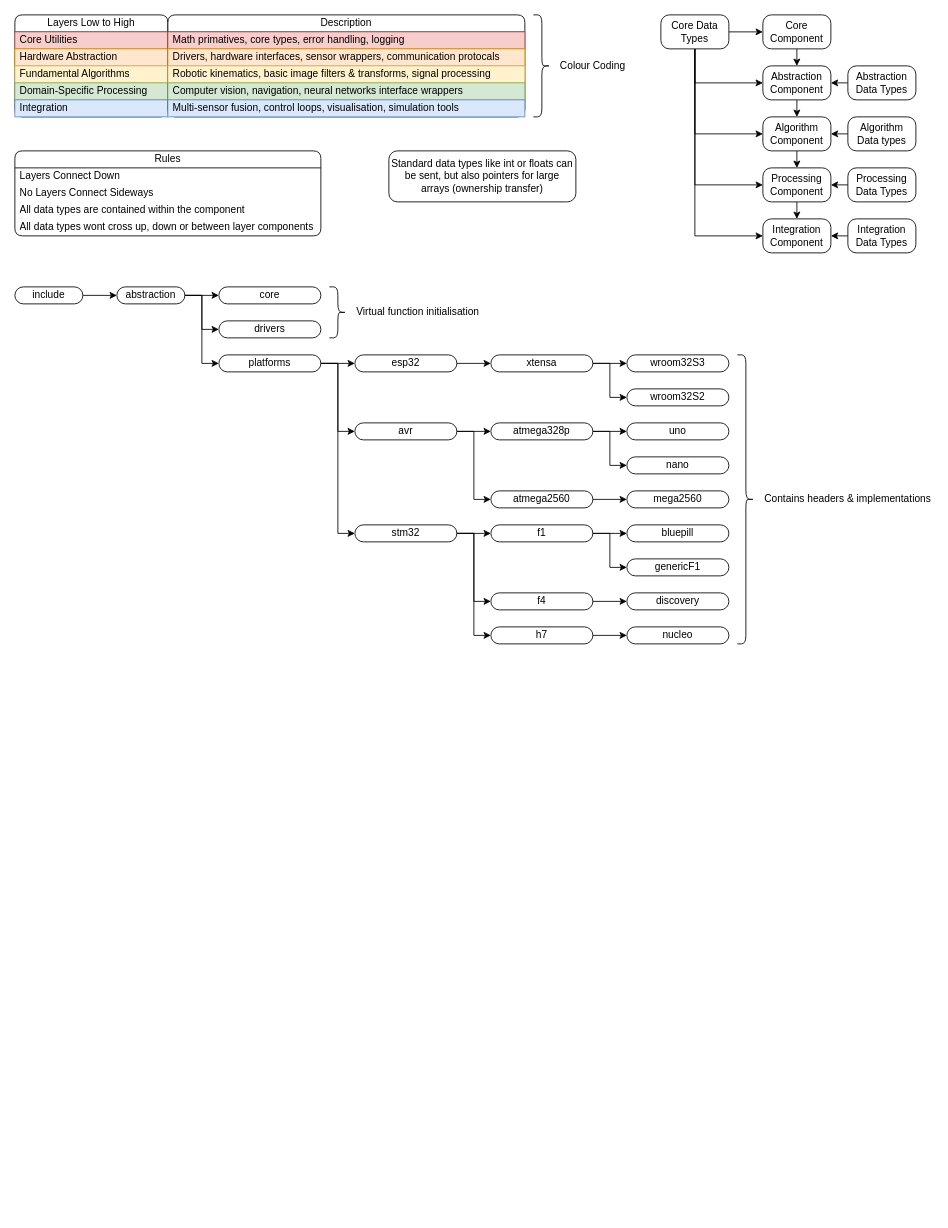
The draw.io diagram page "Abstraction" (4 of 5) of Documentation/Brainstorming.drawio in XCR1793/ARCOS, before the edit. Source tidied: cells renumbered, new cells numbered last; positions are measured from the earlier drawing's top-left corner, leaving out a move shared by most shapes. Both pictures are drawn from the tidied source at 85%, with x=0, y=0 at pixel (14, 14).
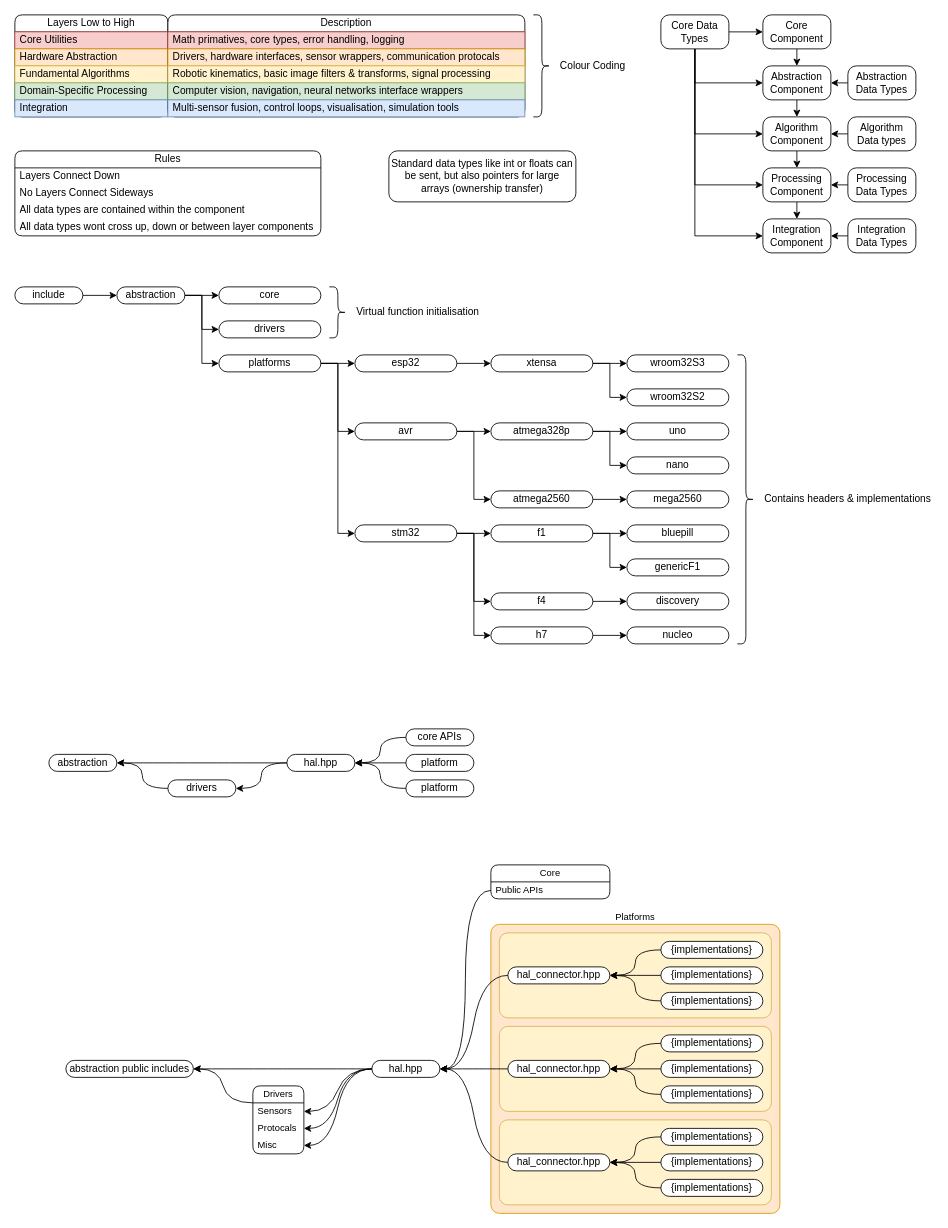
Above is the later version.

Commit message:
Added Current abstraction structure

Diff of the diagram source:
```diff
@@
+    <mxCell id="94" value="abstraction public includes" style="rounded=1;whiteSpace=wrap;html=1;absoluteArcSize=1;points=[[0,0.5,0,0,0],[1,0.5,0,0,0]];" parent="1" vertex="1">
+      <mxGeometry x="60" y="1230" width="150" height="20" as="geometry" />
+    </mxCell>
+    <mxCell id="95" value="platform" style="rounded=1;whiteSpace=wrap;html=1;absoluteArcSize=1;points=[[0,0.5,0,0,0],[1,0.5,0,0,0]];" parent="1" vertex="1">
+      <mxGeometry x="460" y="870" width="80" height="20" as="geometry" />
+    </mxCell>
+    <mxCell id="96" value="platform" style="rounded=1;whiteSpace=wrap;html=1;absoluteArcSize=1;points=[[0,0.5,0,0,0],[1,0.5,0,0,0]];" parent="1" vertex="1">
+      <mxGeometry x="460" y="900" width="80" height="20" as="geometry" />
+    </mxCell>
+    <mxCell id="97" value="hal.hpp" style="rounded=1;whiteSpace=wrap;html=1;absoluteArcSize=1;points=[[0,0.5,0,0,0],[1,0.5,0,0,0]];" parent="1" vertex="1">
+      <mxGeometry x="320" y="870" width="80" height="20" as="geometry" />
+    </mxCell>
+    <mxCell id="98" value="drivers" style="rounded=1;whiteSpace=wrap;html=1;absoluteArcSize=1;points=[[0,0.5,0,0,0],[1,0.5,0,0,0]];" parent="1" vertex="1">
+      <mxGeometry x="180" y="900" width="80" height="20" as="geometry" />
+    </mxCell>
+    <mxCell id="99" value="abstraction" style="rounded=1;whiteSpace=wrap;html=1;absoluteArcSize=1;points=[[0,0.5,0,0,0],[1,0.5,0,0,0]];" parent="1" vertex="1">
+      <mxGeometry x="40" y="870" width="80" height="20" as="geometry" />
+    </mxCell>
+    <mxCell id="100" style="edgeStyle=entityRelationEdgeStyle;shape=connector;curved=1;rounded=0;jettySize=auto;html=1;exitX=0;exitY=0.5;exitDx=0;exitDy=0;exitPerimeter=0;entryX=1;entryY=0.5;entryDx=0;entryDy=0;entryPerimeter=0;strokeColor=default;align=center;verticalAlign=middle;fontFamily=Helvetica;fontSize=11;fontColor=default;labelBackgroundColor=default;endArrow=classic;" parent="1" edge="1" source="97" target="99">
+      <mxGeometry relative="1" as="geometry" />
+    </mxCell>
+    <mxCell id="101" style="edgeStyle=entityRelationEdgeStyle;shape=connector;curved=1;rounded=0;jettySize=auto;html=1;exitX=0;exitY=0.5;exitDx=0;exitDy=0;exitPerimeter=0;entryX=1;entryY=0.5;entryDx=0;entryDy=0;entryPerimeter=0;strokeColor=default;align=center;verticalAlign=middle;fontFamily=Helvetica;fontSize=11;fontColor=default;labelBackgroundColor=default;endArrow=classic;" parent="1" edge="1" source="97" target="98">
+      <mxGeometry relative="1" as="geometry" />
+    </mxCell>
+    <mxCell id="102" style="edgeStyle=entityRelationEdgeStyle;shape=connector;curved=1;rounded=0;jettySize=auto;html=1;exitX=0;exitY=0.5;exitDx=0;exitDy=0;exitPerimeter=0;entryX=1;entryY=0.5;entryDx=0;entryDy=0;entryPerimeter=0;strokeColor=default;align=center;verticalAlign=middle;fontFamily=Helvetica;fontSize=11;fontColor=default;labelBackgroundColor=default;endArrow=classic;" parent="1" edge="1" source="98" target="99">
+      <mxGeometry relative="1" as="geometry" />
+    </mxCell>
+    <mxCell id="103" style="edgeStyle=entityRelationEdgeStyle;shape=connector;curved=1;rounded=0;jettySize=auto;html=1;exitX=0;exitY=0.5;exitDx=0;exitDy=0;exitPerimeter=0;entryX=1;entryY=0.5;entryDx=0;entryDy=0;entryPerimeter=0;strokeColor=default;align=center;verticalAlign=middle;fontFamily=Helvetica;fontSize=11;fontColor=default;labelBackgroundColor=default;endArrow=classic;" parent="1" edge="1" source="95" target="97">
+      <mxGeometry relative="1" as="geometry" />
+    </mxCell>
+    <mxCell id="104" style="edgeStyle=entityRelationEdgeStyle;shape=connector;curved=1;rounded=0;jettySize=auto;html=1;exitX=0;exitY=0.5;exitDx=0;exitDy=0;exitPerimeter=0;entryX=1;entryY=0.5;entryDx=0;entryDy=0;entryPerimeter=0;strokeColor=default;align=center;verticalAlign=middle;fontFamily=Helvetica;fontSize=11;fontColor=default;labelBackgroundColor=default;endArrow=classic;" parent="1" edge="1" source="96" target="97">
+      <mxGeometry relative="1" as="geometry" />
+    </mxCell>
+    <mxCell id="105" value="Platforms" style="rounded=1;whiteSpace=wrap;html=1;fontFamily=Helvetica;fontSize=11;labelBackgroundColor=default;absoluteArcSize=1;fillColor=#ffe6cc;strokeColor=#d79b00;labelPosition=center;verticalLabelPosition=top;align=center;verticalAlign=bottom;" parent="1" vertex="1">
+      <mxGeometry x="560" y="1070" width="340" height="340" as="geometry" />
+    </mxCell>
+    <mxCell id="106" style="rounded=1;whiteSpace=wrap;html=1;fontFamily=Helvetica;fontSize=11;labelBackgroundColor=default;absoluteArcSize=1;fillColor=#fff2cc;strokeColor=#d6b656;" parent="105" vertex="1">
+      <mxGeometry x="10" y="10" width="320" height="100" as="geometry" />
+    </mxCell>
+    <mxCell id="107" value="{implementations}" style="rounded=1;whiteSpace=wrap;html=1;absoluteArcSize=1;points=[[0,0.5,0,0,0],[1,0.5,0,0,0]];" parent="106" vertex="1">
+      <mxGeometry x="190" y="10" width="120" height="20" as="geometry" />
+    </mxCell>
+    <mxCell id="108" value="{implementations}" style="rounded=1;whiteSpace=wrap;html=1;absoluteArcSize=1;points=[[0,0.5,0,0,0],[1,0.5,0,0,0]];" parent="106" vertex="1">
+      <mxGeometry x="190" y="40" width="120" height="20" as="geometry" />
+    </mxCell>
+    <mxCell id="109" value="{implementations}" style="rounded=1;whiteSpace=wrap;html=1;absoluteArcSize=1;points=[[0,0.5,0,0,0],[1,0.5,0,0,0]];" parent="106" vertex="1">
+      <mxGeometry x="190" y="70" width="120" height="20" as="geometry" />
+    </mxCell>
+    <mxCell id="110" value="hal_connector.hpp" style="rounded=1;whiteSpace=wrap;html=1;absoluteArcSize=1;points=[[0,0.5,0,0,0],[1,0.5,0,0,0]];" parent="106" vertex="1">
+      <mxGeometry x="10" y="40" width="120" height="20" as="geometry" />
+    </mxCell>
+    <mxCell id="111" style="edgeStyle=entityRelationEdgeStyle;shape=connector;curved=1;rounded=0;jettySize=auto;html=1;exitX=0;exitY=0.5;exitDx=0;exitDy=0;exitPerimeter=0;entryX=1;entryY=0.5;entryDx=0;entryDy=0;entryPerimeter=0;strokeColor=default;align=center;verticalAlign=middle;fontFamily=Helvetica;fontSize=11;fontColor=default;labelBackgroundColor=default;endArrow=classic;" parent="106" edge="1" source="107" target="110">
+      <mxGeometry relative="1" as="geometry" />
+    </mxCell>
+    <mxCell id="112" style="edgeStyle=entityRelationEdgeStyle;shape=connector;curved=1;rounded=0;jettySize=auto;html=1;exitX=0;exitY=0.5;exitDx=0;exitDy=0;exitPerimeter=0;entryX=1;entryY=0.5;entryDx=0;entryDy=0;entryPerimeter=0;strokeColor=default;align=center;verticalAlign=middle;fontFamily=Helvetica;fontSize=11;fontColor=default;labelBackgroundColor=default;endArrow=classic;" parent="106" edge="1" source="108" target="110">
+      <mxGeometry relative="1" as="geometry" />
+    </mxCell>
+    <mxCell id="113" style="edgeStyle=entityRelationEdgeStyle;shape=connector;curved=1;rounded=0;jettySize=auto;html=1;exitX=0;exitY=0.5;exitDx=0;exitDy=0;exitPerimeter=0;entryX=1;entryY=0.5;entryDx=0;entryDy=0;entryPerimeter=0;strokeColor=default;align=center;verticalAlign=middle;fontFamily=Helvetica;fontSize=11;fontColor=default;labelBackgroundColor=default;endArrow=classic;" parent="106" edge="1" source="109" target="110">
+      <mxGeometry relative="1" as="geometry" />
+    </mxCell>
+    <mxCell id="114" style="rounded=1;whiteSpace=wrap;html=1;fontFamily=Helvetica;fontSize=11;labelBackgroundColor=default;absoluteArcSize=1;fillColor=#fff2cc;strokeColor=#d6b656;" parent="105" vertex="1">
+      <mxGeometry x="10" y="120" width="320" height="100" as="geometry" />
+    </mxCell>
+    <mxCell id="115" value="{implementations}" style="rounded=1;whiteSpace=wrap;html=1;absoluteArcSize=1;points=[[0,0.5,0,0,0],[1,0.5,0,0,0]];" parent="114" vertex="1">
+      <mxGeometry x="190" y="10" width="120" height="20" as="geometry" />
+    </mxCell>
+    <mxCell id="116" value="{implementations}" style="rounded=1;whiteSpace=wrap;html=1;absoluteArcSize=1;points=[[0,0.5,0,0,0],[1,0.5,0,0,0]];" parent="114" vertex="1">
+      <mxGeometry x="190" y="40" width="120" height="20" as="geometry" />
+    </mxCell>
+    <mxCell id="117" value="{implementations}" style="rounded=1;whiteSpace=wrap;html=1;absoluteArcSize=1;points=[[0,0.5,0,0,0],[1,0.5,0,0,0]];" parent="114" vertex="1">
+      <mxGeometry x="190" y="70" width="120" height="20" as="geometry" />
+    </mxCell>
+    <mxCell id="118" value="hal_connector.hpp" style="rounded=1;whiteSpace=wrap;html=1;absoluteArcSize=1;points=[[0,0.5,0,0,0],[1,0.5,0,0,0]];" parent="114" vertex="1">
+      <mxGeometry x="10" y="40" width="120" height="20" as="geometry" />
+    </mxCell>
+    <mxCell id="119" style="edgeStyle=entityRelationEdgeStyle;shape=connector;curved=1;rounded=0;jettySize=auto;html=1;exitX=0;exitY=0.5;exitDx=0;exitDy=0;exitPerimeter=0;entryX=1;entryY=0.5;entryDx=0;entryDy=0;entryPerimeter=0;strokeColor=default;align=center;verticalAlign=middle;fontFamily=Helvetica;fontSize=11;fontColor=default;labelBackgroundColor=default;endArrow=classic;" parent="114" edge="1" source="115" target="118">
+      <mxGeometry relative="1" as="geometry" />
+    </mxCell>
+    <mxCell id="120" style="edgeStyle=entityRelationEdgeStyle;shape=connector;curved=1;rounded=0;jettySize=auto;html=1;exitX=0;exitY=0.5;exitDx=0;exitDy=0;exitPerimeter=0;entryX=1;entryY=0.5;entryDx=0;entryDy=0;entryPerimeter=0;strokeColor=default;align=center;verticalAlign=middle;fontFamily=Helvetica;fontSize=11;fontColor=default;labelBackgroundColor=default;endArrow=classic;" parent="114" edge="1" source="116" target="118">
+      <mxGeometry relative="1" as="geometry" />
+    </mxCell>
+    <mxCell id="121" style="edgeStyle=entityRelationEdgeStyle;shape=connector;curved=1;rounded=0;jettySize=auto;html=1;exitX=0;exitY=0.5;exitDx=0;exitDy=0;exitPerimeter=0;entryX=1;entryY=0.5;entryDx=0;entryDy=0;entryPerimeter=0;strokeColor=default;align=center;verticalAlign=middle;fontFamily=Helvetica;fontSize=11;fontColor=default;labelBackgroundColor=default;endArrow=classic;" parent="114" edge="1" source="117" target="118">
+      <mxGeometry relative="1" as="geometry" />
+    </mxCell>
+    <mxCell id="122" style="rounded=1;whiteSpace=wrap;html=1;fontFamily=Helvetica;fontSize=11;labelBackgroundColor=default;absoluteArcSize=1;fillColor=#fff2cc;strokeColor=#d6b656;" parent="105" vertex="1">
+      <mxGeometry x="10" y="230" width="320" height="100" as="geometry" />
+    </mxCell>
+    <mxCell id="123" value="{implementations}" style="rounded=1;whiteSpace=wrap;html=1;absoluteArcSize=1;points=[[0,0.5,0,0,0],[1,0.5,0,0,0]];" parent="122" vertex="1">
+      <mxGeometry x="190" y="10" width="120" height="20" as="geometry" />
+    </mxCell>
+    <mxCell id="124" value="{implementations}" style="rounded=1;whiteSpace=wrap;html=1;absoluteArcSize=1;points=[[0,0.5,0,0,0],[1,0.5,0,0,0]];" parent="122" vertex="1">
+      <mxGeometry x="190" y="40" width="120" height="20" as="geometry" />
+    </mxCell>
+    <mxCell id="125" value="{implementations}" style="rounded=1;whiteSpace=wrap;html=1;absoluteArcSize=1;points=[[0,0.5,0,0,0],[1,0.5,0,0,0]];" parent="122" vertex="1">
+      <mxGeometry x="190" y="70" width="120" height="20" as="geometry" />
+    </mxCell>
+    <mxCell id="126" value="hal_connector.hpp" style="rounded=1;whiteSpace=wrap;html=1;absoluteArcSize=1;points=[[0,0.5,0,0,0],[1,0.5,0,0,0]];" parent="122" vertex="1">
+      <mxGeometry x="10" y="40" width="120" height="20" as="geometry" />
+    </mxCell>
+    <mxCell id="127" style="edgeStyle=entityRelationEdgeStyle;shape=connector;curved=1;rounded=0;jettySize=auto;html=1;exitX=0;exitY=0.5;exitDx=0;exitDy=0;exitPerimeter=0;entryX=1;entryY=0.5;entryDx=0;entryDy=0;entryPerimeter=0;strokeColor=default;align=center;verticalAlign=middle;fontFamily=Helvetica;fontSize=11;fontColor=default;labelBackgroundColor=default;endArrow=classic;" parent="122" edge="1" source="123" target="126">
+      <mxGeometry relative="1" as="geometry" />
+    </mxCell>
+    <mxCell id="128" style="edgeStyle=entityRelationEdgeStyle;shape=connector;curved=1;rounded=0;jettySize=auto;html=1;exitX=0;exitY=0.5;exitDx=0;exitDy=0;exitPerimeter=0;entryX=1;entryY=0.5;entryDx=0;entryDy=0;entryPerimeter=0;strokeColor=default;align=center;verticalAlign=middle;fontFamily=Helvetica;fontSize=11;fontColor=default;labelBackgroundColor=default;endArrow=classic;" parent="122" edge="1" source="124" target="126">
+      <mxGeometry relative="1" as="geometry" />
+    </mxCell>
+    <mxCell id="129" style="edgeStyle=entityRelationEdgeStyle;shape=connector;curved=1;rounded=0;jettySize=auto;html=1;exitX=0;exitY=0.5;exitDx=0;exitDy=0;exitPerimeter=0;entryX=1;entryY=0.5;entryDx=0;entryDy=0;entryPerimeter=0;strokeColor=default;align=center;verticalAlign=middle;fontFamily=Helvetica;fontSize=11;fontColor=default;labelBackgroundColor=default;endArrow=classic;" parent="122" edge="1" source="125" target="126">
+      <mxGeometry relative="1" as="geometry" />
+    </mxCell>
+    <mxCell id="130" style="edgeStyle=entityRelationEdgeStyle;shape=connector;curved=1;rounded=0;jettySize=auto;html=1;exitX=0;exitY=0.5;exitDx=0;exitDy=0;exitPerimeter=0;entryX=1;entryY=0.5;entryDx=0;entryDy=0;strokeColor=default;align=center;verticalAlign=middle;fontFamily=Helvetica;fontSize=11;fontColor=default;labelBackgroundColor=default;endArrow=classic;" parent="1" edge="1" source="133" target="141">
+      <mxGeometry relative="1" as="geometry" />
+    </mxCell>
+    <mxCell id="131" style="edgeStyle=entityRelationEdgeStyle;shape=connector;curved=1;rounded=0;jettySize=auto;html=1;exitX=0;exitY=0.5;exitDx=0;exitDy=0;exitPerimeter=0;entryX=1;entryY=0.5;entryDx=0;entryDy=0;strokeColor=default;align=center;verticalAlign=middle;fontFamily=Helvetica;fontSize=11;fontColor=default;labelBackgroundColor=default;endArrow=classic;" parent="1" edge="1" source="133" target="142">
+      <mxGeometry relative="1" as="geometry" />
+    </mxCell>
+    <mxCell id="132" style="edgeStyle=entityRelationEdgeStyle;shape=connector;curved=1;rounded=0;jettySize=auto;html=1;exitX=0;exitY=0.5;exitDx=0;exitDy=0;exitPerimeter=0;entryX=1;entryY=0.5;entryDx=0;entryDy=0;strokeColor=default;align=center;verticalAlign=middle;fontFamily=Helvetica;fontSize=11;fontColor=default;labelBackgroundColor=default;endArrow=classic;" parent="1" edge="1" source="133" target="143">
+      <mxGeometry relative="1" as="geometry" />
+    </mxCell>
+    <mxCell id="133" value="hal.hpp" style="rounded=1;whiteSpace=wrap;html=1;absoluteArcSize=1;points=[[0,0.5,0,0,0],[1,0.5,0,0,0]];" parent="1" vertex="1">
+      <mxGeometry x="420" y="1230" width="80" height="20" as="geometry" />
+    </mxCell>
+    <mxCell id="134" style="edgeStyle=entityRelationEdgeStyle;shape=connector;curved=1;rounded=0;jettySize=auto;html=1;exitX=0;exitY=0.5;exitDx=0;exitDy=0;exitPerimeter=0;entryX=1;entryY=0.5;entryDx=0;entryDy=0;entryPerimeter=0;strokeColor=default;align=center;verticalAlign=middle;fontFamily=Helvetica;fontSize=11;fontColor=default;labelBackgroundColor=default;endArrow=classic;" parent="1" edge="1" source="110" target="133">
+      <mxGeometry relative="1" as="geometry" />
+    </mxCell>
+    <mxCell id="135" style="edgeStyle=entityRelationEdgeStyle;shape=connector;curved=1;rounded=0;jettySize=auto;html=1;exitX=0;exitY=0.5;exitDx=0;exitDy=0;exitPerimeter=0;entryX=1;entryY=0.5;entryDx=0;entryDy=0;entryPerimeter=0;strokeColor=default;align=center;verticalAlign=middle;fontFamily=Helvetica;fontSize=11;fontColor=default;labelBackgroundColor=default;endArrow=classic;" parent="1" edge="1" source="118" target="133">
+      <mxGeometry relative="1" as="geometry" />
+    </mxCell>
+    <mxCell id="136" style="edgeStyle=entityRelationEdgeStyle;shape=connector;curved=1;rounded=0;jettySize=auto;html=1;exitX=0;exitY=0.5;exitDx=0;exitDy=0;exitPerimeter=0;entryX=1;entryY=0.5;entryDx=0;entryDy=0;entryPerimeter=0;strokeColor=default;align=center;verticalAlign=middle;fontFamily=Helvetica;fontSize=11;fontColor=default;labelBackgroundColor=default;endArrow=classic;" parent="1" edge="1" source="126" target="133">
+      <mxGeometry relative="1" as="geometry" />
+    </mxCell>
+    <mxCell id="137" value="Core" style="swimlane;fontStyle=0;horizontal=1;startSize=20;whiteSpace=wrap;html=1;rounded=1;fontFamily=Helvetica;fontSize=11;fontColor=default;labelBackgroundColor=default;" parent="1" vertex="1">
+      <mxGeometry x="560" y="1000" width="140" height="40" as="geometry" />
+    </mxCell>
+    <mxCell id="138" value="Public APIs" style="text;strokeColor=none;fillColor=none;align=left;verticalAlign=middle;spacingLeft=4;spacingRight=4;overflow=hidden;points=[[0,0.5],[1,0.5]];portConstraint=eastwest;whiteSpace=wrap;html=1;fontFamily=Helvetica;fontSize=11;fontColor=default;labelBackgroundColor=default;" parent="137" vertex="1">
+      <mxGeometry y="20" width="140" height="20" as="geometry" />
+    </mxCell>
+    <mxCell id="139" style="edgeStyle=entityRelationEdgeStyle;shape=connector;curved=1;rounded=0;jettySize=auto;html=1;exitX=0;exitY=0.5;exitDx=0;exitDy=0;entryX=1;entryY=0.5;entryDx=0;entryDy=0;entryPerimeter=0;strokeColor=default;align=center;verticalAlign=middle;fontFamily=Helvetica;fontSize=11;fontColor=default;labelBackgroundColor=default;endArrow=classic;" parent="1" edge="1" source="138" target="133">
+      <mxGeometry relative="1" as="geometry" />
+    </mxCell>
+    <mxCell id="140" value="Drivers" style="swimlane;fontStyle=0;horizontal=1;startSize=20;whiteSpace=wrap;html=1;rounded=1;fontFamily=Helvetica;fontSize=11;fontColor=default;labelBackgroundColor=default;" parent="1" vertex="1">
+      <mxGeometry x="280" y="1260" width="60" height="80" as="geometry" />
+    </mxCell>
+    <mxCell id="141" value="Sensors" style="text;strokeColor=none;fillColor=none;align=left;verticalAlign=middle;spacingLeft=4;spacingRight=4;overflow=hidden;points=[[0,0.5],[1,0.5]];portConstraint=eastwest;whiteSpace=wrap;html=1;fontFamily=Helvetica;fontSize=11;fontColor=default;labelBackgroundColor=default;" parent="140" vertex="1">
+      <mxGeometry y="20" width="60" height="20" as="geometry" />
+    </mxCell>
+    <mxCell id="142" value="Protocals" style="text;strokeColor=none;fillColor=none;align=left;verticalAlign=middle;spacingLeft=4;spacingRight=4;overflow=hidden;points=[[0,0.5],[1,0.5]];portConstraint=eastwest;whiteSpace=wrap;html=1;fontFamily=Helvetica;fontSize=11;fontColor=default;labelBackgroundColor=default;" parent="140" vertex="1">
+      <mxGeometry y="40" width="60" height="20" as="geometry" />
+    </mxCell>
+    <mxCell id="143" value="Misc" style="text;strokeColor=none;fillColor=none;align=left;verticalAlign=middle;spacingLeft=4;spacingRight=4;overflow=hidden;points=[[0,0.5],[1,0.5]];portConstraint=eastwest;whiteSpace=wrap;html=1;fontFamily=Helvetica;fontSize=11;fontColor=default;labelBackgroundColor=default;" parent="140" vertex="1">
+      <mxGeometry y="60" width="60" height="20" as="geometry" />
+    </mxCell>
+    <mxCell id="144" style="edgeStyle=entityRelationEdgeStyle;shape=connector;curved=1;rounded=0;jettySize=auto;html=1;exitX=0;exitY=0.25;exitDx=0;exitDy=0;entryX=1;entryY=0.5;entryDx=0;entryDy=0;entryPerimeter=0;strokeColor=default;align=center;verticalAlign=middle;fontFamily=Helvetica;fontSize=11;fontColor=default;labelBackgroundColor=default;endArrow=classic;" parent="1" edge="1" source="140" target="94">
+      <mxGeometry relative="1" as="geometry" />
+    </mxCell>
+    <mxCell id="145" style="edgeStyle=entityRelationEdgeStyle;shape=connector;curved=1;rounded=0;jettySize=auto;html=1;exitX=0;exitY=0.5;exitDx=0;exitDy=0;exitPerimeter=0;entryX=1;entryY=0.5;entryDx=0;entryDy=0;entryPerimeter=0;strokeColor=default;align=center;verticalAlign=middle;fontFamily=Helvetica;fontSize=11;fontColor=default;labelBackgroundColor=default;endArrow=classic;" parent="1" edge="1" source="133" target="94">
+      <mxGeometry relative="1" as="geometry" />
+    </mxCell>
+    <mxCell id="146" value="core APIs" style="rounded=1;whiteSpace=wrap;html=1;absoluteArcSize=1;points=[[0,0.5,0,0,0],[1,0.5,0,0,0]];" parent="1" vertex="1">
+      <mxGeometry x="460" y="840" width="80" height="20" as="geometry" />
+    </mxCell>
+    <mxCell id="147" style="edgeStyle=entityRelationEdgeStyle;shape=connector;curved=1;rounded=0;jettySize=auto;html=1;exitX=0;exitY=0.5;exitDx=0;exitDy=0;exitPerimeter=0;entryX=1;entryY=0.5;entryDx=0;entryDy=0;entryPerimeter=0;strokeColor=default;align=center;verticalAlign=middle;fontFamily=Helvetica;fontSize=11;fontColor=default;labelBackgroundColor=default;endArrow=classic;" parent="1" edge="1" source="146" target="97">
+      <mxGeometry relative="1" as="geometry" />
+    </mxCell>
```
